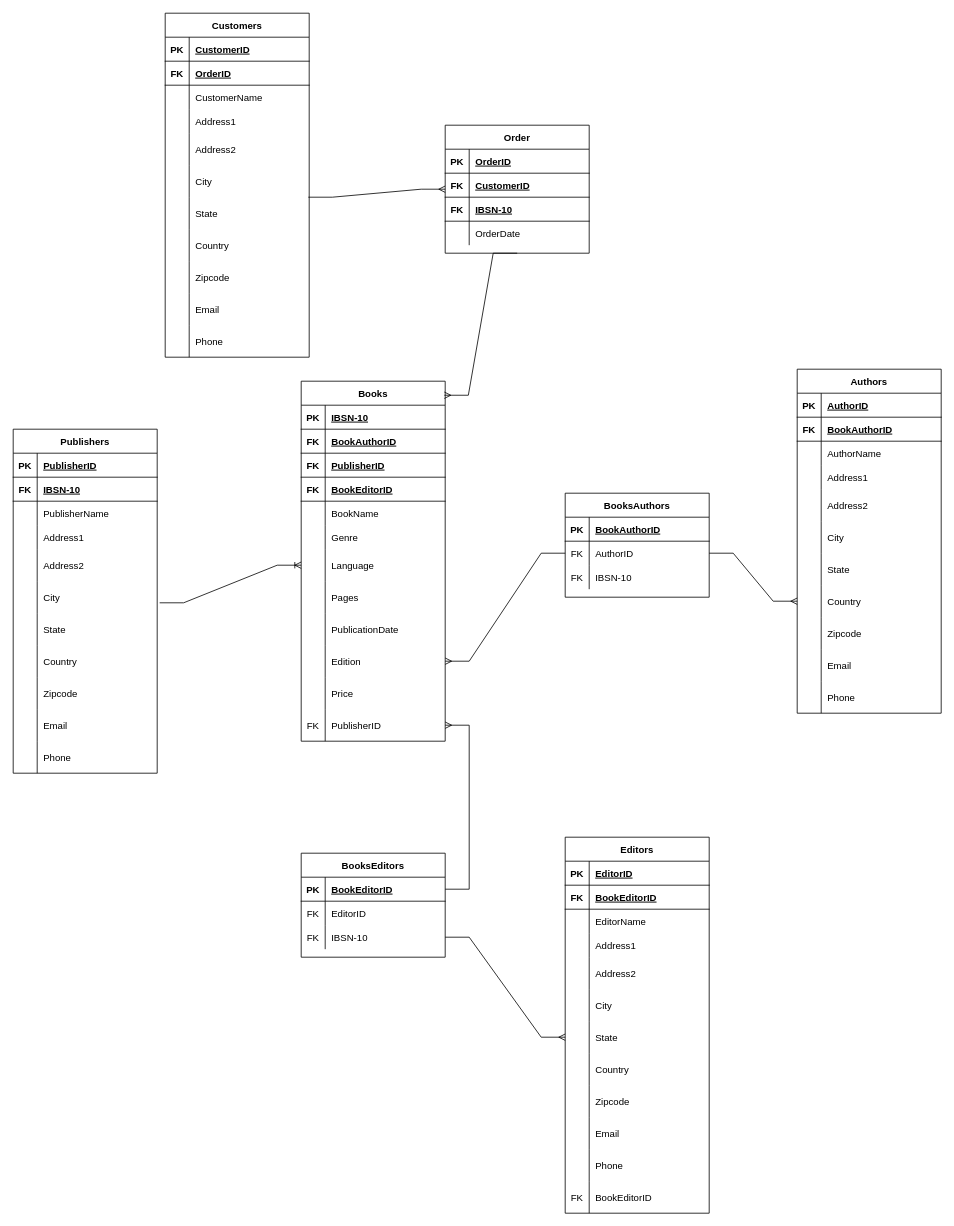
Before: book_business.drawio in fahimfaruque/hw-db-book-biz, a draw.io diagram. Source tidied: cells renumbered, new cells numbered last; positions are measured from the earlier drawing's top-left corner, leaving out a move shared by most shapes. Both pictures are drawn from the tidied source at 80%, with x=0, y=0 at pixel (13, 13).
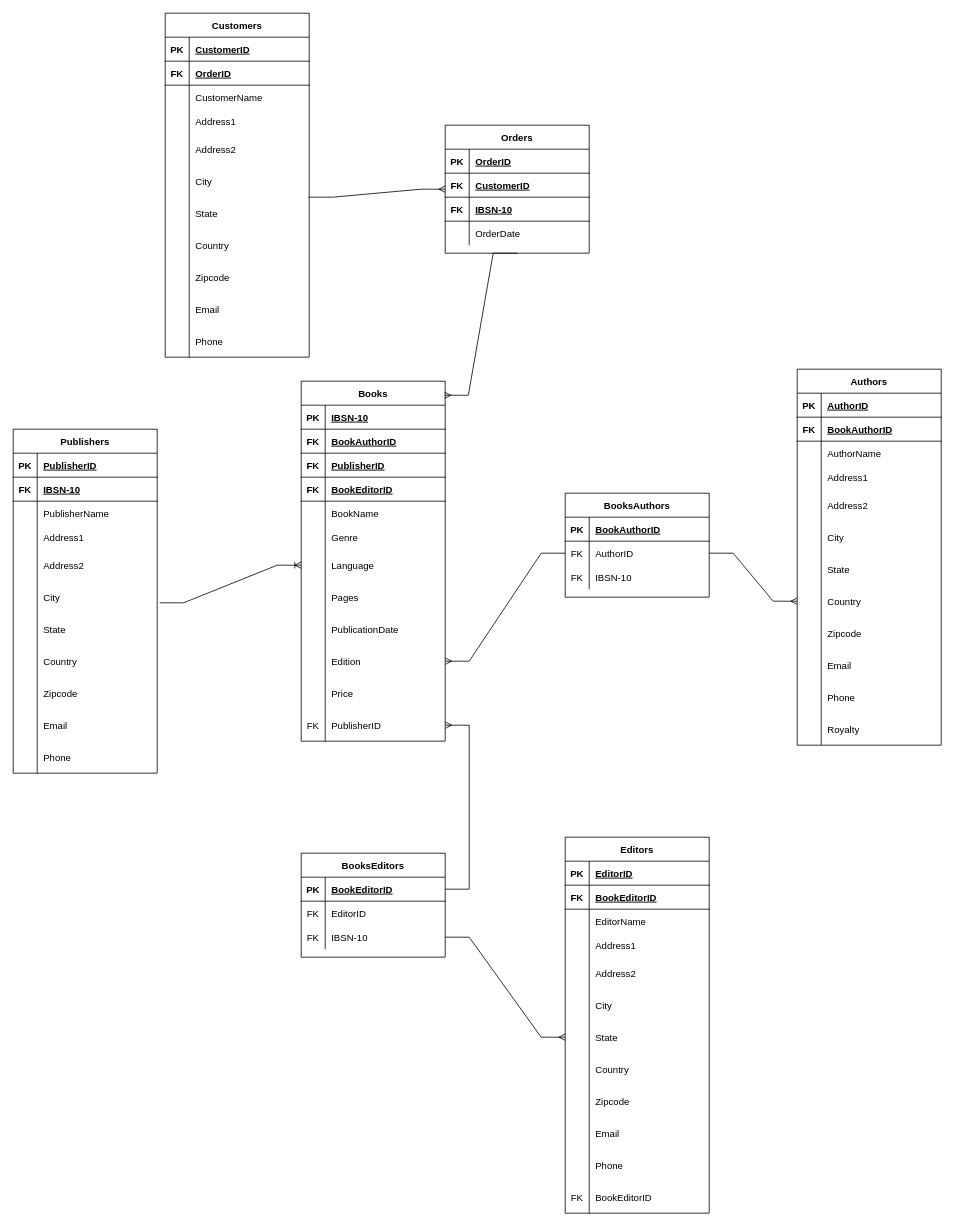
After the change.

Diff of the diagram source:
```diff
@@
     <mxCell id="39" value="Authors" style="shape=table;startSize=30;childLayout=tableLayout;rowLines=0;fontStyle=1;align=center;columnLines=1;resizeLastRow=0;" parent="1" vertex="1">
-      <mxGeometry x="980" y="445" width="180" height="430" as="geometry" />
+      <mxGeometry x="980" y="445" width="180" height="470" as="geometry" />
     </mxCell>
@@
+    <mxCell id="218" style="shape=tableRow;horizontal=0;startSize=0;swimlaneHead=0;swimlaneBody=0;fillColor=none;top=0;left=0;right=0;bottom=0;" parent="39" vertex="1">
+      <mxGeometry y="430" width="180" height="40" as="geometry" />
+    </mxCell>
+    <mxCell id="219" style="shape=partialRectangle;fillColor=none;top=0;left=0;bottom=0;right=0;overflow=hidden;" parent="218" vertex="1">
+      <mxGeometry width="30" height="40" as="geometry" />
+    </mxCell>
+    <mxCell id="220" value="Royalty" style="shape=partialRectangle;fillColor=none;top=0;left=0;bottom=0;right=0;align=left;spacingLeft=6;overflow=hidden;" parent="218" vertex="1">
+      <mxGeometry x="30" width="150" height="40" as="geometry" />
+    </mxCell>
@@
-    <mxCell id="178" value="Order" style="shape=table;startSize=30;childLayout=tableLayout;rowLines=0;fontStyle=1;align=center;" parent="1" vertex="1">
+    <mxCell id="178" value="Orders" style="shape=table;startSize=30;childLayout=tableLayout;rowLines=0;fontStyle=1;align=center;" parent="1" vertex="1">
       <mxGeometry x="540" y="140" width="180" height="160" as="geometry" />
     </mxCell>
```
